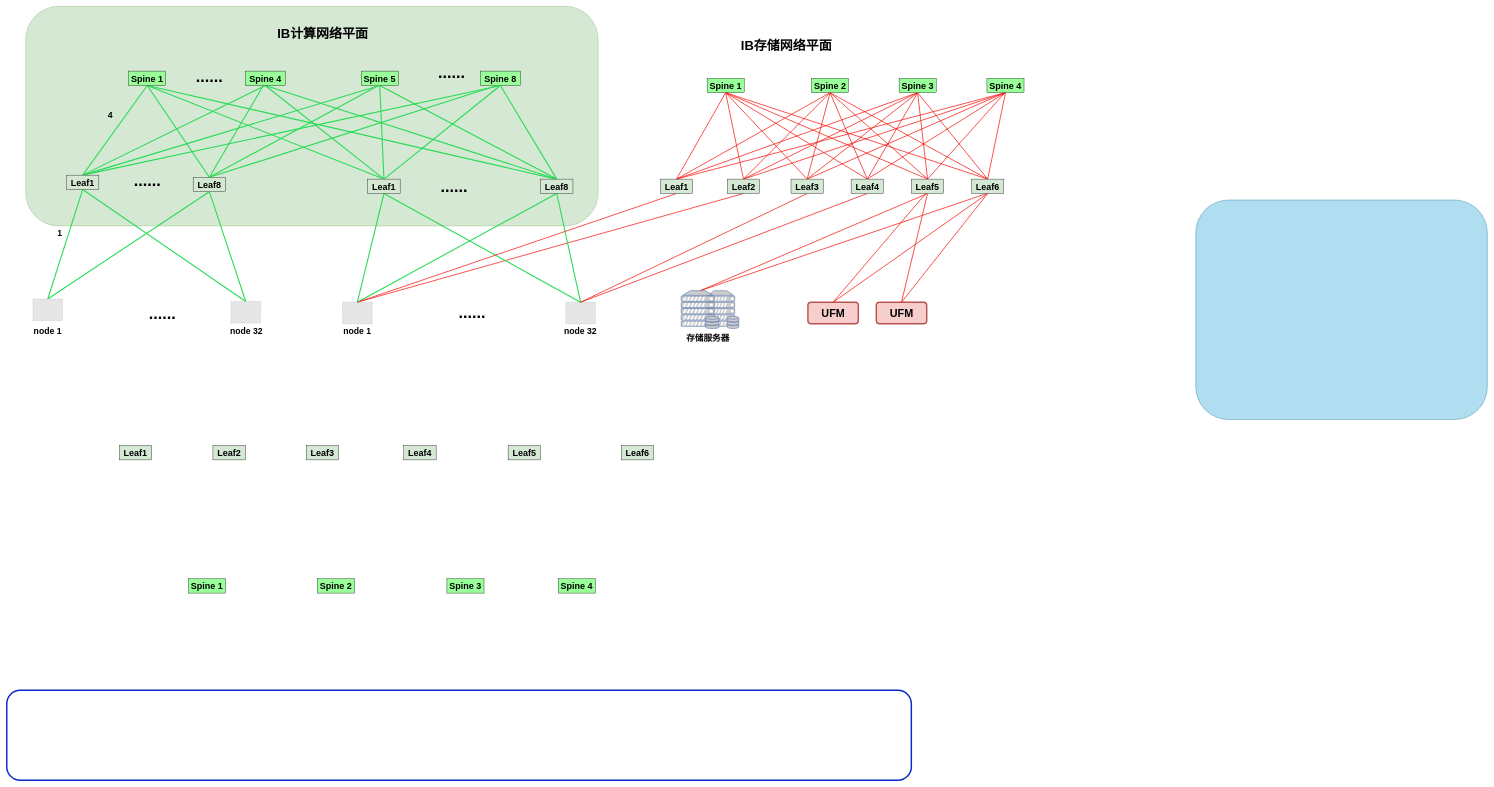
This is 64-node-IB.drawio from hel-2000/network-draw, a draw.io file, before an edit. Source tidied: cells renumbered, new cells numbered last; positions are measured from the earlier drawing's top-left corner, leaving out a move shared by most shapes. Both pictures are drawn from the tidied source at 36%, with x=0, y=0 at pixel (6, 6). Pictures stored in the file or linked from it are replaced by grey dashed boxes.
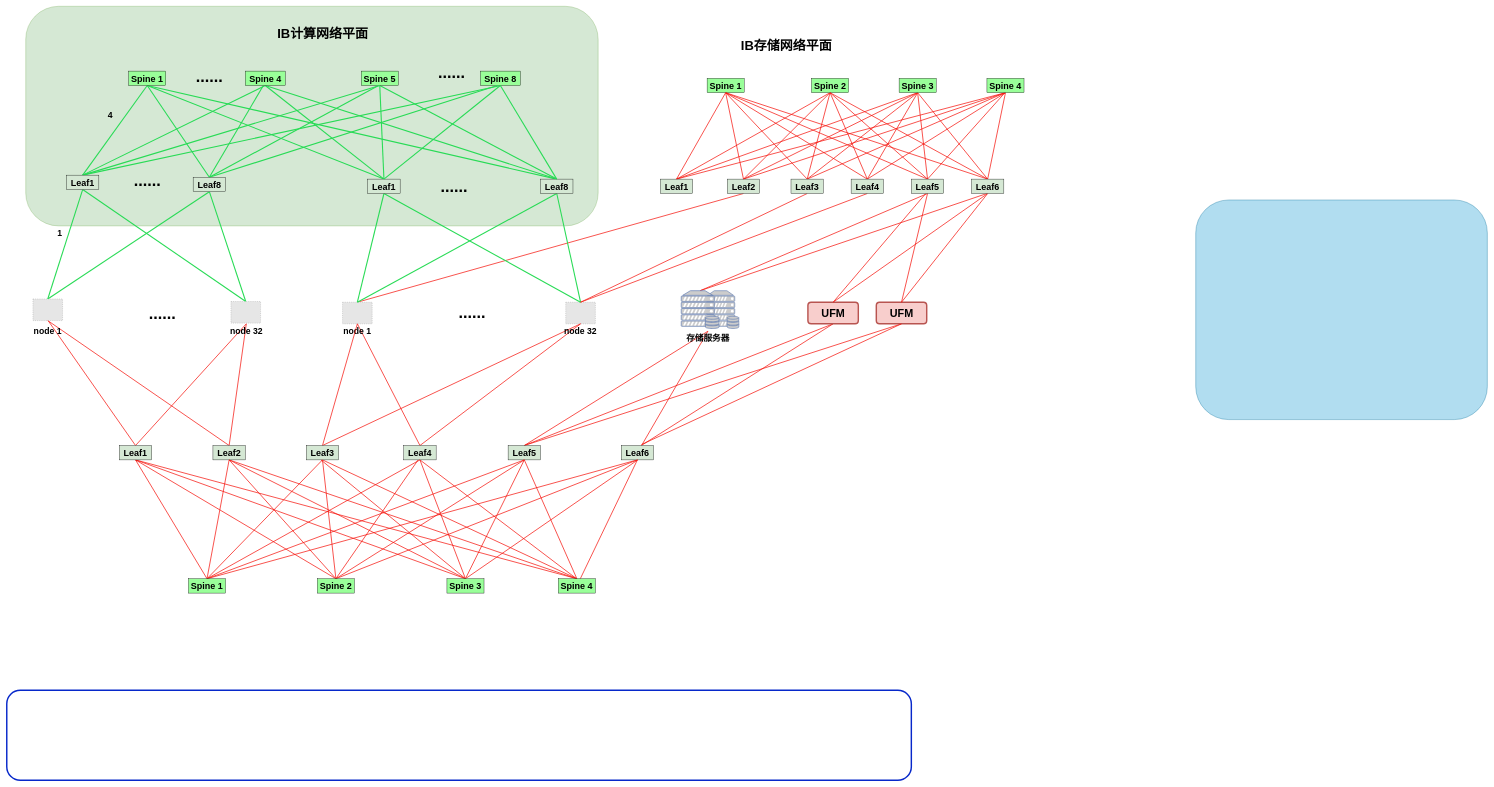
The same diagram, later.

The change refers to these unchanged cells:
```xml
<mxCell id="4" value="&lt;font style=&quot;font-size: 30px;&quot;&gt;&lt;b&gt;UFM&lt;/b&gt;&lt;/font&gt;" style="rounded=1;whiteSpace=wrap;html=1;strokeColor=#b85450;strokeWidth=4;fillColor=#f8cecc;" parent="1" vertex="1">
  <mxGeometry x="2415.7" y="822" width="140" height="60" as="geometry" />
</mxCell>
<mxCell id="7" style="fillColor=#E6E6E6;strokeColor=#999999;dashed=1;verticalLabelPosition=bottom;verticalAlign=top;" parent="1" vertex="1">
  <mxGeometry x="933" y="822" width="82.3" height="60" as="geometry" />
</mxCell>
<mxCell id="28" value="&lt;font style=&quot;font-size: 30px;&quot;&gt;&lt;b&gt;UFM&lt;/b&gt;&lt;/font&gt;" style="rounded=1;whiteSpace=wrap;html=1;strokeColor=#b85450;strokeWidth=4;fillColor=#f8cecc;" parent="1" vertex="1">
  <mxGeometry x="2225.7" y="822" width="140" height="60" as="geometry" />
</mxCell>
<mxCell id="30" value="&lt;font style=&quot;font-size: 24px;&quot;&gt;&lt;b&gt;node 1&lt;/b&gt;&lt;/font&gt;" style="text;strokeColor=none;align=center;fillColor=none;html=1;verticalAlign=middle;whiteSpace=wrap;rounded=0;" parent="1" vertex="1">
  <mxGeometry x="922.3" y="882" width="103.8" height="40" as="geometry" />
</mxCell>
<mxCell id="31" value="&lt;font style=&quot;font-size: 24px;&quot;&gt;&lt;b&gt;node 32&lt;/b&gt;&lt;/font&gt;" style="text;strokeColor=none;align=center;fillColor=none;html=1;verticalAlign=middle;whiteSpace=wrap;rounded=0;" parent="1" vertex="1">
  <mxGeometry x="1542.3" y="882" width="103.8" height="40" as="geometry" />
</mxCell>
<mxCell id="38" value="&lt;b&gt;&lt;font style=&quot;font-size: 25px;&quot;&gt;Leaf1&lt;/font&gt;&lt;/b&gt;" style="rounded=0;whiteSpace=wrap;html=1;fillColor=#D5E8D4;" parent="1" vertex="1">
  <mxGeometry x="1815.7" y="480" width="90" height="40" as="geometry" />
</mxCell>
<mxCell id="67" value="&lt;font style=&quot;font-size: 24px;&quot;&gt;&lt;b&gt;存储服务器&lt;/b&gt;&lt;/font&gt;" style="text;strokeColor=none;align=center;fillColor=none;html=1;verticalAlign=middle;whiteSpace=wrap;rounded=0;" parent="1" vertex="1">
  <mxGeometry x="1863" y="902.5" width="170" height="40" as="geometry" />
</mxCell>
<mxCell id="70" style="fillColor=#E6E6E6;strokeColor=#999999;dashed=1;verticalLabelPosition=bottom;verticalAlign=top;" parent="1" vertex="1">
  <mxGeometry x="73" y="813" width="82.3" height="60" as="geometry" />
</mxCell>
<mxCell id="87" value="&lt;font style=&quot;font-size: 24px;&quot;&gt;&lt;b&gt;node 32&lt;/b&gt;&lt;/font&gt;" style="text;strokeColor=none;align=center;fillColor=none;html=1;verticalAlign=middle;whiteSpace=wrap;rounded=0;" parent="1" vertex="1">
  <mxGeometry x="613.8" y="882" width="103.8" height="40" as="geometry" />
</mxCell>
<mxCell id="105" value="&lt;b&gt;&lt;font style=&quot;font-size: 25px;&quot;&gt;Leaf1&lt;/font&gt;&lt;/b&gt;" style="rounded=0;whiteSpace=wrap;html=1;fillColor=#D5E8D4;" parent="1" vertex="1">
  <mxGeometry x="313" y="1220" width="90" height="40" as="geometry" />
</mxCell>
<mxCell id="106" value="&lt;b&gt;&lt;font style=&quot;font-size: 25px;&quot;&gt;Leaf2&lt;/font&gt;&lt;/b&gt;" style="rounded=0;whiteSpace=wrap;html=1;fillColor=#D5E8D4;" parent="1" vertex="1">
  <mxGeometry x="573" y="1220" width="90" height="40" as="geometry" />
</mxCell>
<mxCell id="107" value="&lt;b&gt;&lt;font style=&quot;font-size: 25px;&quot;&gt;Leaf3&lt;/font&gt;&lt;/b&gt;" style="rounded=0;whiteSpace=wrap;html=1;fillColor=#D5E8D4;" parent="1" vertex="1">
  <mxGeometry x="832.3" y="1220" width="90" height="40" as="geometry" />
</mxCell>
<mxCell id="108" value="&lt;b&gt;&lt;font style=&quot;font-size: 25px;&quot;&gt;Leaf4&lt;/font&gt;&lt;/b&gt;" style="rounded=0;whiteSpace=wrap;html=1;fillColor=#D5E8D4;" parent="1" vertex="1">
  <mxGeometry x="1103" y="1220" width="90" height="40" as="geometry" />
</mxCell>
<mxCell id="109" value="&lt;b&gt;&lt;font style=&quot;font-size: 25px;&quot;&gt;Leaf5&lt;/font&gt;&lt;/b&gt;" style="rounded=0;whiteSpace=wrap;html=1;fillColor=#D5E8D4;" parent="1" vertex="1">
  <mxGeometry x="1392.9" y="1220" width="90" height="40" as="geometry" />
</mxCell>
<mxCell id="110" value="&lt;b&gt;&lt;font style=&quot;font-size: 25px;&quot;&gt;Leaf6&lt;/font&gt;&lt;/b&gt;" style="rounded=0;whiteSpace=wrap;html=1;fillColor=#D5E8D4;" parent="1" vertex="1">
  <mxGeometry x="1707" y="1220" width="90" height="40" as="geometry" />
</mxCell>
<mxCell id="111" value="&lt;b&gt;&lt;font style=&quot;font-size: 25px;&quot;&gt;Spine 1&lt;/font&gt;&lt;/b&gt;" style="rounded=0;whiteSpace=wrap;html=1;fillColor=#99FF99;" parent="1" vertex="1">
  <mxGeometry x="505" y="1590" width="103" height="40" as="geometry" />
</mxCell>
<mxCell id="112" value="&lt;b&gt;&lt;font style=&quot;font-size: 25px;&quot;&gt;Spine 2&lt;/font&gt;&lt;/b&gt;" style="rounded=0;whiteSpace=wrap;html=1;fillColor=#99FF99;" parent="1" vertex="1">
  <mxGeometry x="863" y="1590" width="103" height="40" as="geometry" />
</mxCell>
<mxCell id="113" value="&lt;b&gt;&lt;font style=&quot;font-size: 25px;&quot;&gt;Spine 3&lt;/font&gt;&lt;/b&gt;" style="rounded=0;whiteSpace=wrap;html=1;fillColor=#99FF99;" parent="1" vertex="1">
  <mxGeometry x="1223" y="1590" width="103" height="40" as="geometry" />
</mxCell>
<mxCell id="114" value="&lt;b&gt;&lt;font style=&quot;font-size: 25px;&quot;&gt;Spine 4&lt;/font&gt;&lt;/b&gt;" style="rounded=0;whiteSpace=wrap;html=1;fillColor=#99FF99;" parent="1" vertex="1">
  <mxGeometry x="1532.4" y="1590" width="103" height="40" as="geometry" />
</mxCell>
```

Diff of the diagram source:
```diff
@@
+    <mxCell id="115" style="rounded=0;jettySize=auto;html=1;exitX=0.5;exitY=1;exitDx=0;exitDy=0;entryX=0.5;entryY=0;entryDx=0;entryDy=0;endArrow=none;strokeColor=#f5120a;fillColor=#f8cecc;strokeWidth=2;endFill=0;" parent="1" edge="1" source="4" target="109">
+      <mxGeometry relative="1" as="geometry" />
+    </mxCell>
@@
+    <mxCell id="116" style="rounded=0;jettySize=auto;html=1;exitX=0.5;exitY=1;exitDx=0;exitDy=0;entryX=0.5;entryY=0;entryDx=0;entryDy=0;endArrow=none;strokeColor=#f5120a;fillColor=#f8cecc;strokeWidth=2;endFill=0;" parent="1" edge="1" source="28" target="109">
+      <mxGeometry relative="1" as="geometry" />
+    </mxCell>
+    <mxCell id="117" style="rounded=0;jettySize=auto;html=1;exitX=0.5;exitY=1;exitDx=0;exitDy=0;endArrow=none;strokeColor=#f5120a;fillColor=#f8cecc;strokeWidth=2;endFill=0;" parent="1" edge="1" source="28">
+      <mxGeometry relative="1" as="geometry">
+        <mxPoint x="1763" y="1220" as="targetPoint" />
+      </mxGeometry>
+    </mxCell>
@@
+    <mxCell id="118" style="rounded=0;jettySize=auto;html=1;exitX=0.5;exitY=0;exitDx=0;exitDy=0;entryX=0.5;entryY=0;entryDx=0;entryDy=0;endArrow=none;strokeColor=#f5120a;fillColor=#f8cecc;strokeWidth=2;endFill=0;" parent="1" edge="1" source="30" target="108">
+      <mxGeometry relative="1" as="geometry" />
+    </mxCell>
@@
+    <mxCell id="119" style="rounded=0;jettySize=auto;html=1;exitX=0.5;exitY=0;exitDx=0;exitDy=0;entryX=0.5;entryY=0;entryDx=0;entryDy=0;endArrow=none;strokeColor=#f5120a;fillColor=#f8cecc;strokeWidth=2;endFill=0;" parent="1" edge="1" source="31" target="107">
+      <mxGeometry relative="1" as="geometry" />
+    </mxCell>
+    <mxCell id="120" style="rounded=0;jettySize=auto;html=1;exitX=0.5;exitY=0;exitDx=0;exitDy=0;entryX=0.5;entryY=0;entryDx=0;entryDy=0;endArrow=none;strokeColor=#f5120a;fillColor=#f8cecc;strokeWidth=2;endFill=0;" parent="1" edge="1" source="31" target="108">
+      <mxGeometry relative="1" as="geometry" />
+    </mxCell>
@@
-    <mxCell id="34" style="rounded=0;jettySize=auto;html=1;exitX=0.5;exitY=1;exitDx=0;exitDy=0;entryX=0.5;entryY=0;entryDx=0;entryDy=0;endArrow=none;strokeColor=#f5120a;fillColor=#f8cecc;strokeWidth=2;endFill=0;" parent="1" edge="1" source="38" target="7">
+    <mxCell id="34" style="rounded=0;jettySize=auto;html=1;exitX=0.5;exitY=0;exitDx=0;exitDy=0;entryX=0.5;entryY=0;entryDx=0;entryDy=0;endArrow=none;strokeColor=#f5120a;fillColor=#f8cecc;strokeWidth=2;endFill=0;" parent="1" edge="1" source="107" target="30">
       <mxGeometry relative="1" as="geometry" />
     </mxCell>
@@
+    <mxCell id="121" style="rounded=0;jettySize=auto;html=1;exitX=0.5;exitY=0;exitDx=0;exitDy=0;entryX=0.5;entryY=0;entryDx=0;entryDy=0;endArrow=none;strokeColor=#f5120a;fillColor=#f8cecc;strokeWidth=2;endFill=0;" parent="1" edge="1" source="67" target="109">
+      <mxGeometry relative="1" as="geometry" />
+    </mxCell>
+    <mxCell id="122" style="rounded=0;jettySize=auto;html=1;exitX=0.5;exitY=0;exitDx=0;exitDy=0;endArrow=none;strokeColor=#f5120a;fillColor=#f8cecc;strokeWidth=2;endFill=0;" parent="1" edge="1" source="67" target="110">
+      <mxGeometry relative="1" as="geometry" />
+    </mxCell>
@@
+    <mxCell id="123" style="rounded=0;jettySize=auto;html=1;entryX=0.5;entryY=0;entryDx=0;entryDy=0;endArrow=none;strokeColor=#f5120a;fillColor=#f8cecc;strokeWidth=2;endFill=0;" parent="1" edge="1" target="105">
+      <mxGeometry relative="1" as="geometry">
+        <mxPoint x="113" y="870" as="sourcePoint" />
+      </mxGeometry>
+    </mxCell>
+    <mxCell id="124" style="rounded=0;jettySize=auto;html=1;entryX=0.5;entryY=0;entryDx=0;entryDy=0;exitX=0.5;exitY=1;exitDx=0;exitDy=0;endArrow=none;strokeColor=#f5120a;fillColor=#f8cecc;strokeWidth=2;endFill=0;" parent="1" edge="1" source="70" target="106">
+      <mxGeometry relative="1" as="geometry" />
+    </mxCell>
@@
+    <mxCell id="125" style="rounded=0;jettySize=auto;html=1;exitX=0.5;exitY=0;exitDx=0;exitDy=0;entryX=0.5;entryY=0;entryDx=0;entryDy=0;endArrow=none;strokeColor=#f5120a;fillColor=#f8cecc;strokeWidth=2;endFill=0;" parent="1" edge="1" source="87" target="105">
+      <mxGeometry relative="1" as="geometry" />
+    </mxCell>
+    <mxCell id="126" style="rounded=0;jettySize=auto;html=1;exitX=0.5;exitY=0;exitDx=0;exitDy=0;entryX=0.5;entryY=0;entryDx=0;entryDy=0;endArrow=none;strokeColor=#f5120a;fillColor=#f8cecc;strokeWidth=2;endFill=0;" parent="1" edge="1" source="87" target="106">
+      <mxGeometry relative="1" as="geometry" />
+    </mxCell>
@@
+    <mxCell id="127" style="rounded=0;jettySize=auto;html=1;exitX=0.5;exitY=1;exitDx=0;exitDy=0;entryX=0.5;entryY=0;entryDx=0;entryDy=0;endArrow=none;strokeColor=#f5120a;fillColor=#f8cecc;strokeWidth=2;endFill=0;" parent="1" edge="1" source="105" target="111">
+      <mxGeometry relative="1" as="geometry" />
+    </mxCell>
+    <mxCell id="128" style="rounded=0;jettySize=auto;html=1;exitX=0.5;exitY=1;exitDx=0;exitDy=0;entryX=0.5;entryY=0;entryDx=0;entryDy=0;endArrow=none;strokeColor=#f5120a;fillColor=#f8cecc;strokeWidth=2;endFill=0;" parent="1" edge="1" source="105" target="112">
+      <mxGeometry relative="1" as="geometry" />
+    </mxCell>
+    <mxCell id="129" style="rounded=0;jettySize=auto;html=1;exitX=0.5;exitY=1;exitDx=0;exitDy=0;entryX=0.5;entryY=0;entryDx=0;entryDy=0;endArrow=none;strokeColor=#f5120a;fillColor=#f8cecc;strokeWidth=2;endFill=0;" parent="1" edge="1" source="105" target="113">
+      <mxGeometry relative="1" as="geometry" />
+    </mxCell>
+    <mxCell id="130" style="rounded=0;jettySize=auto;html=1;exitX=0.5;exitY=1;exitDx=0;exitDy=0;entryX=0.5;entryY=0;entryDx=0;entryDy=0;endArrow=none;strokeColor=#f5120a;fillColor=#f8cecc;strokeWidth=2;endFill=0;" parent="1" edge="1" source="105" target="114">
+      <mxGeometry relative="1" as="geometry" />
+    </mxCell>
@@
+    <mxCell id="131" style="rounded=0;jettySize=auto;html=1;exitX=0.5;exitY=1;exitDx=0;exitDy=0;endArrow=none;strokeColor=#f5120a;fillColor=#f8cecc;strokeWidth=2;endFill=0;" parent="1" edge="1" source="106">
+      <mxGeometry relative="1" as="geometry">
+        <mxPoint x="1583" y="1590" as="targetPoint" />
+      </mxGeometry>
+    </mxCell>
@@
+    <mxCell id="132" style="rounded=0;jettySize=auto;html=1;exitX=0.5;exitY=1;exitDx=0;exitDy=0;entryX=0.5;entryY=0;entryDx=0;entryDy=0;endArrow=none;strokeColor=#f5120a;fillColor=#f8cecc;strokeWidth=2;endFill=0;" parent="1" edge="1" source="107" target="114">
+      <mxGeometry relative="1" as="geometry" />
+    </mxCell>
@@
+    <mxCell id="133" style="rounded=0;jettySize=auto;html=1;exitX=0.5;exitY=1;exitDx=0;exitDy=0;endArrow=none;strokeColor=#f5120a;fillColor=#f8cecc;strokeWidth=2;endFill=0;" parent="1" edge="1" source="108">
+      <mxGeometry relative="1" as="geometry">
+        <mxPoint x="1583" y="1590" as="targetPoint" />
+      </mxGeometry>
+    </mxCell>
@@
+    <mxCell id="134" style="rounded=0;jettySize=auto;html=1;exitX=0.5;exitY=1;exitDx=0;exitDy=0;entryX=0.5;entryY=0;entryDx=0;entryDy=0;endArrow=none;strokeColor=#f5120a;fillColor=#f8cecc;strokeWidth=2;endFill=0;" parent="1" edge="1" source="109" target="114">
+      <mxGeometry relative="1" as="geometry" />
+    </mxCell>
@@
+    <mxCell id="135" style="rounded=0;jettySize=auto;html=1;exitX=0.5;exitY=1;exitDx=0;exitDy=0;entryX=0.5;entryY=0;entryDx=0;entryDy=0;endArrow=none;strokeColor=#f5120a;fillColor=#f8cecc;strokeWidth=2;endFill=0;" parent="1" edge="1" source="110" target="111">
+      <mxGeometry relative="1" as="geometry" />
+    </mxCell>
+    <mxCell id="136" style="rounded=0;jettySize=auto;html=1;exitX=0.5;exitY=1;exitDx=0;exitDy=0;endArrow=none;strokeColor=#f5120a;fillColor=#f8cecc;strokeWidth=2;endFill=0;" parent="1" edge="1" source="110" target="114">
+      <mxGeometry relative="1" as="geometry" />
+    </mxCell>
@@
+    <mxCell id="137" style="rounded=0;jettySize=auto;html=1;exitX=0.5;exitY=0;exitDx=0;exitDy=0;entryX=0.5;entryY=1;entryDx=0;entryDy=0;endArrow=none;strokeColor=#f5120a;fillColor=#f8cecc;strokeWidth=2;endFill=0;" parent="1" edge="1" source="111" target="106">
+      <mxGeometry relative="1" as="geometry" />
+    </mxCell>
+    <mxCell id="138" style="rounded=0;jettySize=auto;html=1;exitX=0.5;exitY=0;exitDx=0;exitDy=0;entryX=0.5;entryY=1;entryDx=0;entryDy=0;endArrow=none;strokeColor=#f5120a;fillColor=#f8cecc;strokeWidth=2;endFill=0;" parent="1" edge="1" source="111" target="107">
+      <mxGeometry relative="1" as="geometry" />
+    </mxCell>
+    <mxCell id="139" style="rounded=0;jettySize=auto;html=1;exitX=0.5;exitY=0;exitDx=0;exitDy=0;entryX=0.5;entryY=1;entryDx=0;entryDy=0;endArrow=none;strokeColor=#f5120a;fillColor=#f8cecc;strokeWidth=2;endFill=0;" parent="1" edge="1" source="111" target="108">
+      <mxGeometry relative="1" as="geometry" />
+    </mxCell>
+    <mxCell id="140" style="rounded=0;jettySize=auto;html=1;exitX=0.5;exitY=0;exitDx=0;exitDy=0;entryX=0.5;entryY=1;entryDx=0;entryDy=0;endArrow=none;strokeColor=#f5120a;fillColor=#f8cecc;strokeWidth=2;endFill=0;" parent="1" edge="1" source="111" target="109">
+      <mxGeometry relative="1" as="geometry" />
+    </mxCell>
@@
+    <mxCell id="141" style="rounded=0;jettySize=auto;html=1;exitX=0.5;exitY=0;exitDx=0;exitDy=0;entryX=0.5;entryY=1;entryDx=0;entryDy=0;endArrow=none;strokeColor=#f5120a;fillColor=#f8cecc;strokeWidth=2;endFill=0;" parent="1" edge="1" source="112" target="106">
+      <mxGeometry relative="1" as="geometry" />
+    </mxCell>
+    <mxCell id="142" style="rounded=0;jettySize=auto;html=1;exitX=0.5;exitY=0;exitDx=0;exitDy=0;entryX=0.5;entryY=1;entryDx=0;entryDy=0;endArrow=none;strokeColor=#f5120a;fillColor=#f8cecc;strokeWidth=2;endFill=0;" parent="1" edge="1" source="112" target="107">
+      <mxGeometry relative="1" as="geometry" />
+    </mxCell>
+    <mxCell id="143" style="rounded=0;jettySize=auto;html=1;exitX=0.5;exitY=0;exitDx=0;exitDy=0;endArrow=none;strokeColor=#f5120a;fillColor=#f8cecc;strokeWidth=2;endFill=0;" parent="1" edge="1" source="112">
+      <mxGeometry relative="1" as="geometry">
+        <mxPoint x="1143" y="1260" as="targetPoint" />
+      </mxGeometry>
+    </mxCell>
+    <mxCell id="144" style="rounded=0;jettySize=auto;html=1;exitX=0.5;exitY=0;exitDx=0;exitDy=0;entryX=0.5;entryY=1;entryDx=0;entryDy=0;endArrow=none;strokeColor=#f5120a;fillColor=#f8cecc;strokeWidth=2;endFill=0;" parent="1" edge="1" source="112" target="109">
+      <mxGeometry relative="1" as="geometry" />
+    </mxCell>
+    <mxCell id="145" style="rounded=0;jettySize=auto;html=1;exitX=0.5;exitY=0;exitDx=0;exitDy=0;entryX=0.5;entryY=1;entryDx=0;entryDy=0;endArrow=none;strokeColor=#f5120a;fillColor=#f8cecc;strokeWidth=2;endFill=0;" parent="1" edge="1" source="112" target="110">
+      <mxGeometry relative="1" as="geometry" />
+    </mxCell>
@@
+    <mxCell id="146" style="rounded=0;jettySize=auto;html=1;exitX=0.5;exitY=0;exitDx=0;exitDy=0;endArrow=none;strokeColor=#f5120a;fillColor=#f8cecc;strokeWidth=2;endFill=0;" parent="1" edge="1" source="113">
+      <mxGeometry relative="1" as="geometry">
+        <mxPoint x="1753" y="1260" as="targetPoint" />
+      </mxGeometry>
+    </mxCell>
+    <mxCell id="147" style="rounded=0;jettySize=auto;html=1;exitX=0.5;exitY=0;exitDx=0;exitDy=0;entryX=0.5;entryY=1;entryDx=0;entryDy=0;endArrow=none;strokeColor=#f5120a;fillColor=#f8cecc;strokeWidth=2;endFill=0;" parent="1" edge="1" source="113" target="109">
+      <mxGeometry relative="1" as="geometry" />
+    </mxCell>
+    <mxCell id="148" style="rounded=0;jettySize=auto;html=1;exitX=0.5;exitY=0;exitDx=0;exitDy=0;entryX=0.5;entryY=1;entryDx=0;entryDy=0;endArrow=none;strokeColor=#f5120a;fillColor=#f8cecc;strokeWidth=2;endFill=0;" parent="1" edge="1" source="113" target="108">
+      <mxGeometry relative="1" as="geometry" />
+    </mxCell>
+    <mxCell id="149" style="rounded=0;jettySize=auto;html=1;exitX=0.5;exitY=0;exitDx=0;exitDy=0;endArrow=none;strokeColor=#f5120a;fillColor=#f8cecc;strokeWidth=2;endFill=0;" parent="1" edge="1" source="113">
+      <mxGeometry relative="1" as="geometry">
+        <mxPoint x="873" y="1260" as="targetPoint" />
+      </mxGeometry>
+    </mxCell>
+    <mxCell id="150" style="rounded=0;jettySize=auto;html=1;exitX=0.5;exitY=0;exitDx=0;exitDy=0;entryX=0.5;entryY=1;entryDx=0;entryDy=0;endArrow=none;strokeColor=#f5120a;fillColor=#f8cecc;strokeWidth=2;endFill=0;" parent="1" edge="1" source="113" target="106">
+      <mxGeometry relative="1" as="geometry" />
+    </mxCell>
@@
+    <mxCell id="151" style="rounded=0;jettySize=auto;html=1;exitX=0.5;exitY=1;exitDx=0;exitDy=0;entryX=0.628;entryY=-0.067;entryDx=0;entryDy=0;entryPerimeter=0;endArrow=none;strokeColor=#f5120a;fillColor=#f8cecc;strokeWidth=2;endFill=0;" parent="1" edge="1" source="4" target="110">
+      <mxGeometry relative="1" as="geometry" />
+    </mxCell>
```
